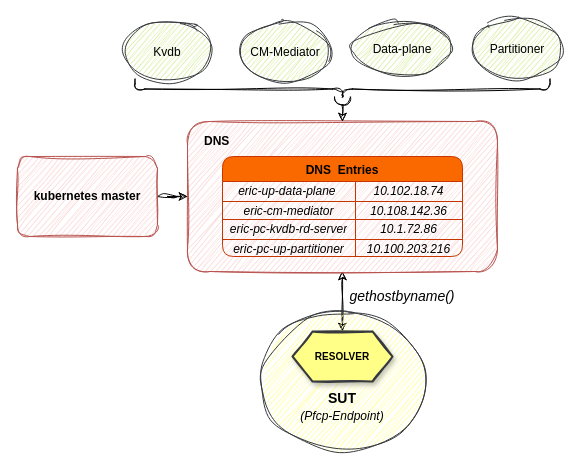
Earlier version of the draw.io diagram page "Resolver" (1 of 3) of External_submodule.drawio (SunLucc/Test). Source tidied: cells renumbered, new cells numbered last; positions are measured from the earlier drawing's top-left corner, leaving out a move shared by most shapes. Both pictures are drawn from the tidied source at 100%, with x=0, y=0 at pixel (17, -119).
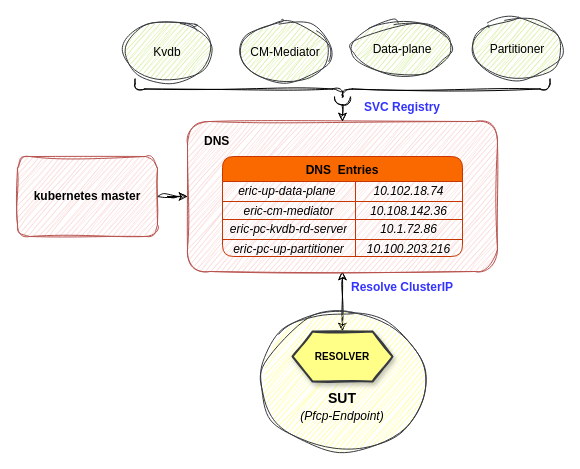
After the change.

The edit, as a diff of the source:
```diff
@@
-    <mxCell id="24" value="&lt;i&gt;&lt;font color=&quot;#000000&quot; style=&quot;font-size: 14px;&quot;&gt;gethostbyname()&lt;/font&gt;&lt;/i&gt;" style="text;html=1;strokeColor=none;fillColor=none;align=center;verticalAlign=middle;whiteSpace=wrap;rounded=0;shadow=0;dashed=0;labelBackgroundColor=none;sketch=0;fillStyle=cross-hatch;fontFamily=Helvetica;fontSize=14;fontColor=#3333FF;" parent="1" vertex="1">
-      <mxGeometry x="355" y="400" width="60" height="30" as="geometry" />
+    <mxCell id="24" value="&lt;span style=&quot;font-size: 12px; font-weight: 700;&quot;&gt;Resolve ClusterIP&lt;/span&gt;" style="text;html=1;strokeColor=none;fillColor=none;align=center;verticalAlign=middle;whiteSpace=wrap;rounded=0;shadow=0;dashed=0;labelBackgroundColor=none;sketch=0;fillStyle=cross-hatch;fontFamily=Helvetica;fontSize=14;fontColor=#3333FF;" parent="1" vertex="1">
+      <mxGeometry x="329" y="390" width="112" height="30" as="geometry" />
     </mxCell>
@@
+    <mxCell id="31" value="&lt;font style=&quot;font-size: 12px;&quot;&gt;SVC Registry&lt;/font&gt;" style="text;html=1;strokeColor=none;fillColor=none;align=center;verticalAlign=middle;whiteSpace=wrap;rounded=0;shadow=0;dashed=0;labelBackgroundColor=none;sketch=0;fillStyle=cross-hatch;fontFamily=Helvetica;fontSize=14;fontColor=#3333FF;fontStyle=1;" parent="1" vertex="1">
+      <mxGeometry x="345" y="210" width="80" height="30" as="geometry" />
+    </mxCell>
```
